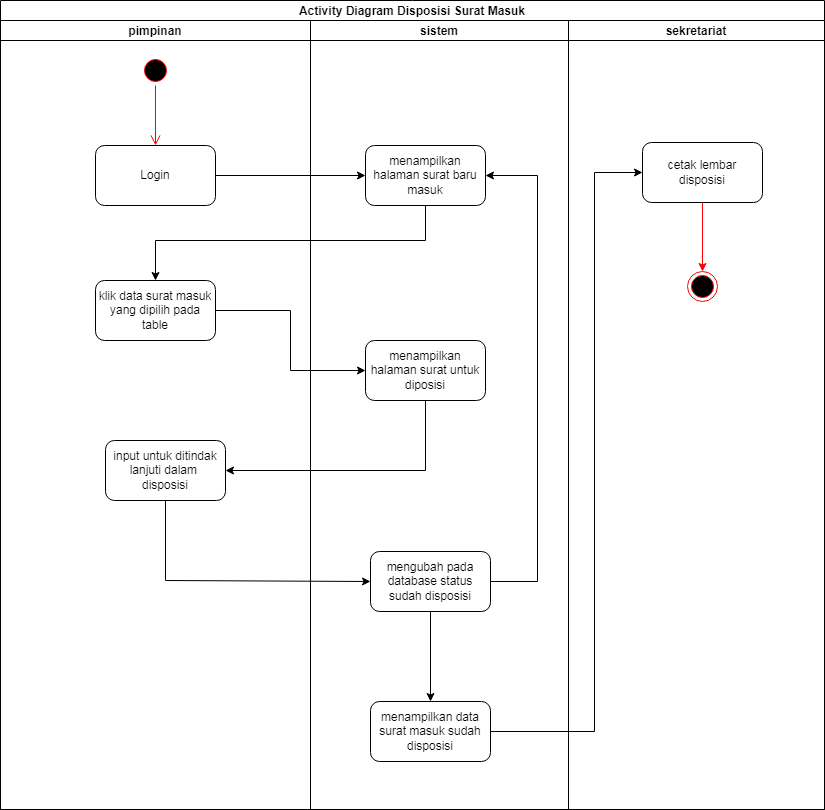
Rusadi-0/KULIAH keeps this draw.io diagram as SKRIPSI/UML/2. ACTIVITY/DISPOSISI/DISPOSISI.png. Above is the earlier version. Source tidied: cells renumbered, new cells last; positions are measured from the earlier drawing's top-left corner, leaving out a move shared by most shapes.
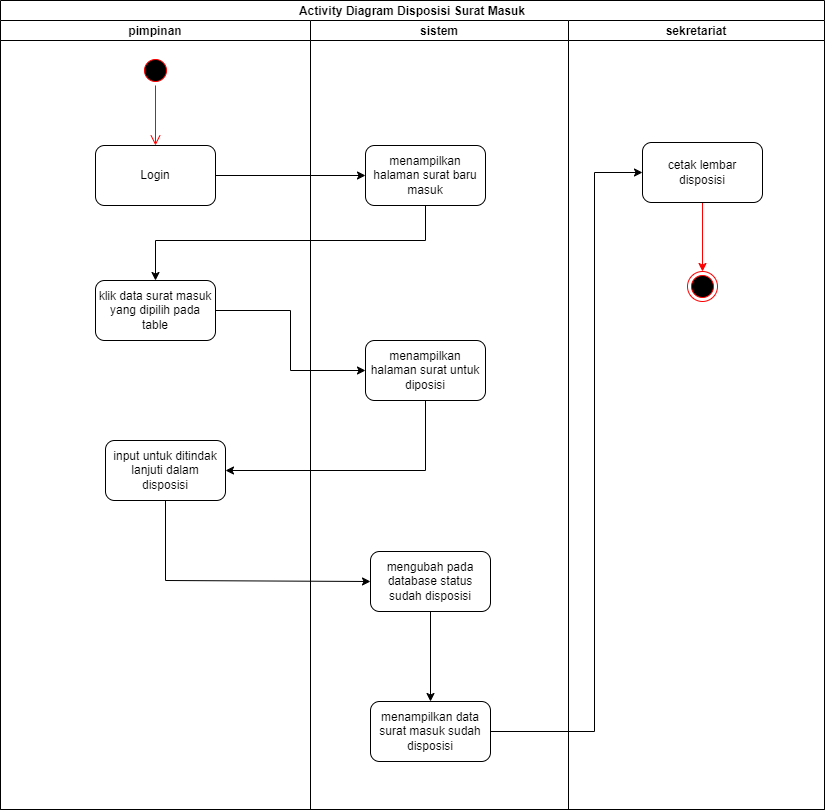
The same file after the commit.

The edit, as a diff of the source:
```diff
@@ -35,14 +35,6 @@
     <mxCell id="12" style="edgeStyle=orthogonalEdgeStyle;rounded=0;jettySize=auto;html=1;" parent="9" edge="1" source="14" target="15">
       <mxGeometry relative="1" as="geometry" />
     </mxCell>
-    <mxCell id="13" style="edgeStyle=orthogonalEdgeStyle;rounded=0;jettySize=auto;html=1;entryX=1;entryY=0.5;entryDx=0;entryDy=0;" parent="9" edge="1" source="14" target="10">
-      <mxGeometry relative="1" as="geometry">
-        <Array as="points">
-          <mxPoint x="227" y="561" />
-          <mxPoint x="227" y="155" />
-        </Array>
-      </mxGeometry>
-    </mxCell>
     <mxCell id="14" value="mengubah pada database status sudah disposisi" style="rounded=1;whiteSpace=wrap;html=1;" parent="9" vertex="1">
       <mxGeometry x="60" y="531" width="120" height="60" as="geometry" />
     </mxCell>
```
